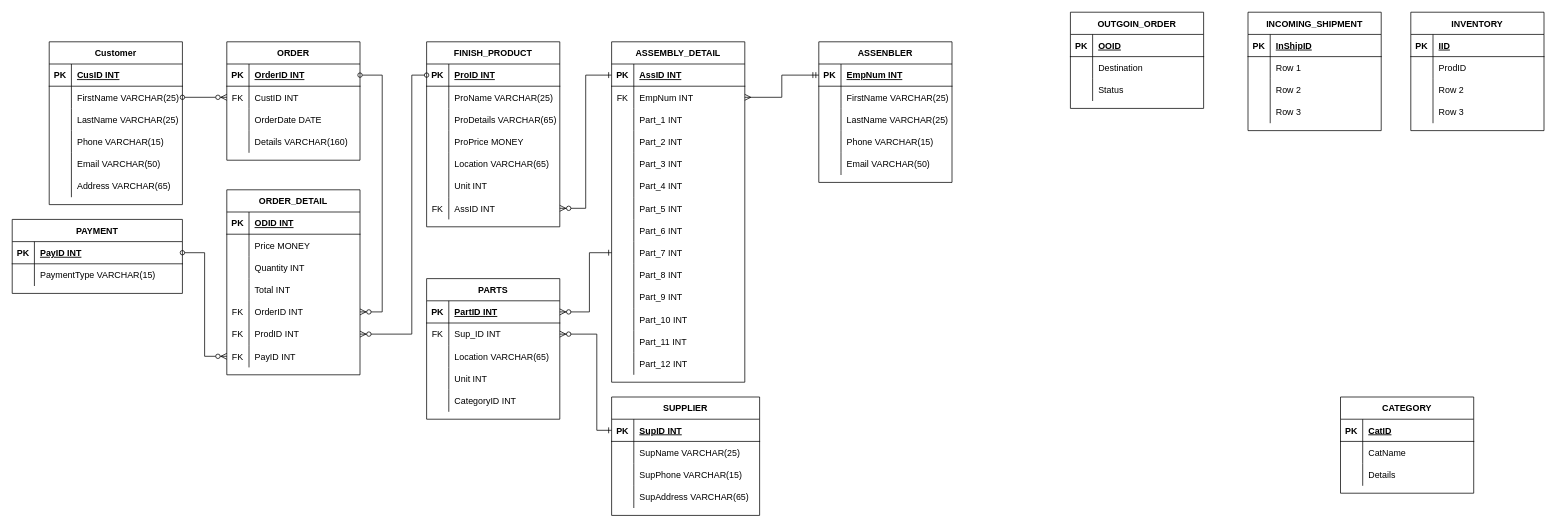
Earlier version of the draw.io diagram Copy of myAssignment1.drawio (trannthany/IT703_Database_FrontEnd). Source tidied: cells renumbered, new cells numbered last; positions are measured from the earlier drawing's top-left corner, leaving out a move shared by most shapes. Both pictures are drawn from the tidied source at 74%, with x=0, y=0 at pixel (12, 12).
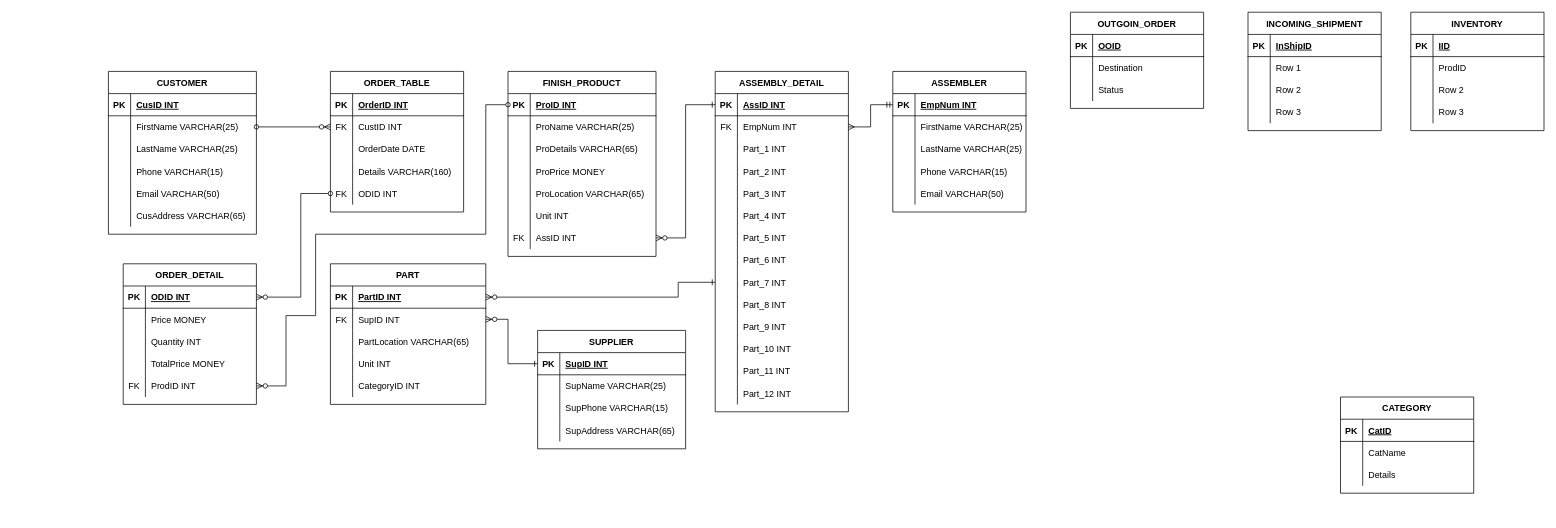
The same page after the edit.

Unchanged cells that the change refers to:
```xml
<mxCell id="39" style="shape=partialRectangle;fillColor=none;top=0;left=0;bottom=1;right=0;points=[[0,0.5],[1,0.5]];portConstraint=eastwest;" parent="38" vertex="1">
  <mxGeometry y="30" width="200" height="30" as="geometry" />
</mxCell>
<mxCell id="78" style="shape=partialRectangle;fillColor=none;top=0;left=0;bottom=1;right=0;points=[[0,0.5],[1,0.5]];portConstraint=eastwest;" parent="77" vertex="1">
  <mxGeometry y="30" width="180" height="30" as="geometry" />
</mxCell>
<mxCell id="92" style="shape=partialRectangle;fillColor=none;top=0;left=0;bottom=1;right=0;points=[[0,0.5],[1,0.5]];portConstraint=eastwest;" parent="91" vertex="1">
  <mxGeometry y="30" width="180" height="30" as="geometry" />
</mxCell>
<mxCell id="101" style="shape=partialRectangle;fillColor=none;top=0;left=0;bottom=0;right=0;" parent="91" vertex="1">
  <mxGeometry y="120" width="180" height="30" as="geometry" />
</mxCell>
<mxCell id="138" style="shape=partialRectangle;fillColor=none;top=0;left=0;bottom=0;right=0;points=[[0,0.5],[1,0.5]];portConstraint=eastwest;" parent="113" vertex="1">
  <mxGeometry y="270" width="180" height="30" as="geometry" />
</mxCell>
```

Diff of the diagram source:
```diff
@@
     <mxCell id="38" value="SUPPLIER" style="shape=table;startSize=30;childLayout=tableLayout;rowLines=0;fontStyle=1;align=center;" parent="1" vertex="1">
-      <mxGeometry x="810" y="520" width="200" height="160" as="geometry" />
+      <mxGeometry x="710" y="430" width="200" height="160" as="geometry" />
     </mxCell>
@@
-    <mxCell id="51" value="PARTS" style="shape=table;startSize=30;childLayout=tableLayout;rowLines=0;fontStyle=1;align=center;" parent="1" vertex="1">
-      <mxGeometry x="560" y="360" width="180" height="190" as="geometry" />
+    <mxCell id="51" value="PART" style="shape=table;startSize=30;childLayout=tableLayout;rowLines=0;fontStyle=1;align=center;" parent="1" vertex="1">
+      <mxGeometry x="430" y="340" width="210" height="190" as="geometry" />
     </mxCell>
     <mxCell id="52" style="shape=partialRectangle;fillColor=none;top=0;left=0;bottom=1;right=0;points=[[0,0.5],[1,0.5]];portConstraint=eastwest;" parent="51" vertex="1">
-      <mxGeometry y="30" width="180" height="30" as="geometry" />
+      <mxGeometry y="30" width="210" height="30" as="geometry" />
     </mxCell>
@@
     <mxCell id="54" value="PartID INT" style="shape=partialRectangle;fillColor=none;top=0;left=0;bottom=0;right=0;align=left;spacingLeft=6;fontStyle=5;overflow=hidden;" parent="52" vertex="1">
-      <mxGeometry x="30" width="150" height="30" as="geometry" />
+      <mxGeometry x="30" width="180" height="30" as="geometry" />
     </mxCell>
     <mxCell id="55" style="shape=partialRectangle;fillColor=none;top=0;left=0;bottom=0;right=0;points=[[0,0.5],[1,0.5]];portConstraint=eastwest;" parent="51" vertex="1">
-      <mxGeometry y="60" width="180" height="30" as="geometry" />
+      <mxGeometry y="60" width="210" height="30" as="geometry" />
     </mxCell>
@@
-    <mxCell id="57" value="Sup_ID INT" style="shape=partialRectangle;fillColor=none;top=0;left=0;bottom=0;right=0;align=left;spacingLeft=6;overflow=hidden;" parent="55" vertex="1">
-      <mxGeometry x="30" width="150" height="30" as="geometry" />
+    <mxCell id="57" value="SupID INT" style="shape=partialRectangle;fillColor=none;top=0;left=0;bottom=0;right=0;align=left;spacingLeft=6;overflow=hidden;" parent="55" vertex="1">
+      <mxGeometry x="30" width="180" height="30" as="geometry" />
     </mxCell>
     <mxCell id="58" style="shape=partialRectangle;fillColor=none;top=0;left=0;bottom=0;right=0;" parent="51" vertex="1">
-      <mxGeometry y="90" width="180" height="30" as="geometry" />
+      <mxGeometry y="90" width="210" height="30" as="geometry" />
     </mxCell>
@@
-    <mxCell id="60" value="Location VARCHAR(65)" style="shape=partialRectangle;fillColor=none;top=0;left=0;bottom=0;right=0;align=left;spacingLeft=6;overflow=hidden;" parent="58" vertex="1">
-      <mxGeometry x="30" width="150" height="30" as="geometry" />
+    <mxCell id="60" value="PartLocation VARCHAR(65)" style="shape=partialRectangle;fillColor=none;top=0;left=0;bottom=0;right=0;align=left;spacingLeft=6;overflow=hidden;" parent="58" vertex="1">
+      <mxGeometry x="30" width="180" height="30" as="geometry" />
     </mxCell>
     <mxCell id="61" style="shape=partialRectangle;fillColor=none;top=0;left=0;bottom=0;right=0;" parent="51" vertex="1">
-      <mxGeometry y="120" width="180" height="30" as="geometry" />
+      <mxGeometry y="120" width="210" height="30" as="geometry" />
     </mxCell>
@@
     <mxCell id="63" value="Unit INT" style="shape=partialRectangle;fillColor=none;top=0;left=0;bottom=0;right=0;align=left;spacingLeft=6;overflow=hidden;" parent="61" vertex="1">
-      <mxGeometry x="30" width="150" height="30" as="geometry" />
+      <mxGeometry x="30" width="180" height="30" as="geometry" />
     </mxCell>
     <mxCell id="64" style="shape=partialRectangle;fillColor=none;top=0;left=0;bottom=0;right=0;" parent="51" vertex="1">
-      <mxGeometry y="150" width="180" height="30" as="geometry" />
+      <mxGeometry y="150" width="210" height="30" as="geometry" />
     </mxCell>
@@
     <mxCell id="66" value="CategoryID INT" style="shape=partialRectangle;fillColor=none;top=0;left=0;bottom=0;right=0;align=left;spacingLeft=6;overflow=hidden;" parent="64" vertex="1">
-      <mxGeometry x="30" width="150" height="30" as="geometry" />
+      <mxGeometry x="30" width="180" height="30" as="geometry" />
     </mxCell>
@@
-    <mxCell id="77" value="ORDER" style="shape=table;startSize=30;childLayout=tableLayout;rowLines=0;fontStyle=1;align=center;" parent="1" vertex="1">
-      <mxGeometry x="290" y="40" width="180" height="160" as="geometry" />
+    <mxCell id="77" value="ORDER_TABLE" style="shape=table;startSize=30;childLayout=tableLayout;rowLines=0;fontStyle=1;align=center;" parent="1" vertex="1">
+      <mxGeometry x="430" y="80" width="180" height="190" as="geometry" />
     </mxCell>
@@
+    <mxCell id="104" style="shape=partialRectangle;fillColor=none;top=0;left=0;bottom=0;right=0;points=[[0,0.5],[1,0.5]];portConstraint=eastwest;" parent="77" vertex="1">
+      <mxGeometry y="150" width="180" height="30" as="geometry" />
+    </mxCell>
+    <mxCell id="227" value="FK" style="shape=partialRectangle;fillColor=none;top=0;left=0;bottom=0;right=0;overflow=hidden;" parent="104" vertex="1">
+      <mxGeometry width="30" height="30" as="geometry" />
+    </mxCell>
+    <mxCell id="228" value="ODID INT" style="shape=partialRectangle;fillColor=none;top=0;left=0;bottom=0;right=0;align=left;spacingLeft=6;overflow=hidden;" parent="104" vertex="1">
+      <mxGeometry x="30" width="150" height="30" as="geometry" />
+    </mxCell>
     <mxCell id="90" style="edgeStyle=orthogonalEdgeStyle;rounded=0;jettySize=auto;html=1;exitX=0;exitY=0.5;exitDx=0;exitDy=0;entryX=1;entryY=0.5;entryDx=0;entryDy=0;endArrow=ERzeroToMany;endFill=1;startArrow=ERone;startFill=0;" parent="1" edge="1" source="39" target="55">
       <mxGeometry relative="1" as="geometry">
         <Array as="points">
-          <mxPoint x="790" y="565" />
-          <mxPoint x="790" y="435" />
+          <mxPoint x="670" y="475" />
+          <mxPoint x="670" y="415" />
         </Array>
       </mxGeometry>
     </mxCell>
     <mxCell id="91" value="ORDER_DETAIL" style="shape=table;startSize=30;childLayout=tableLayout;rowLines=0;fontStyle=1;align=center;" parent="1" vertex="1">
-      <mxGeometry x="290" y="240" width="180" height="250" as="geometry" />
+      <mxGeometry x="150" y="340" width="180" height="190" as="geometry" />
     </mxCell>
@@
-    <mxCell id="103" value="Total INT" style="shape=partialRectangle;fillColor=none;top=0;left=0;bottom=0;right=0;align=left;spacingLeft=6;overflow=hidden;" parent="101" vertex="1">
+    <mxCell id="103" value="TotalPrice MONEY" style="shape=partialRectangle;fillColor=none;top=0;left=0;bottom=0;right=0;align=left;spacingLeft=6;overflow=hidden;" parent="101" vertex="1">
       <mxGeometry x="30" width="150" height="30" as="geometry" />
     </mxCell>
-    <mxCell id="104" style="shape=partialRectangle;fillColor=none;top=0;left=0;bottom=0;right=0;points=[[0,0.5],[1,0.5]];portConstraint=eastwest;" parent="91" vertex="1">
-      <mxGeometry y="150" width="180" height="30" as="geometry" />
-    </mxCell>
-    <mxCell id="105" value="FK" style="shape=partialRectangle;fillColor=none;top=0;left=0;bottom=0;right=0;overflow=hidden;" parent="104" vertex="1">
-      <mxGeometry width="30" height="30" as="geometry" />
-    </mxCell>
-    <mxCell id="106" value="OrderID INT" style="shape=partialRectangle;fillColor=none;top=0;left=0;bottom=0;right=0;align=left;spacingLeft=6;overflow=hidden;" parent="104" vertex="1">
-      <mxGeometry x="30" width="150" height="30" as="geometry" />
-    </mxCell>
     <mxCell id="107" style="shape=partialRectangle;fillColor=none;top=0;left=0;bottom=0;right=0;points=[[0,0.5],[1,0.5]];portConstraint=eastwest;" parent="91" vertex="1">
-      <mxGeometry y="180" width="180" height="30" as="geometry" />
+      <mxGeometry y="150" width="180" height="30" as="geometry" />
     </mxCell>
@@
-    <mxCell id="110" style="shape=partialRectangle;fillColor=none;top=0;left=0;bottom=0;right=0;points=[[0,0.5],[1,0.5]];portConstraint=eastwest;" parent="91" vertex="1">
-      <mxGeometry y="210" width="180" height="30" as="geometry" />
-    </mxCell>
-    <mxCell id="111" value="FK" style="shape=partialRectangle;fillColor=none;top=0;left=0;bottom=0;right=0;overflow=hidden;" parent="110" vertex="1">
-      <mxGeometry width="30" height="30" as="geometry" />
-    </mxCell>
-    <mxCell id="112" value="PayID INT" style="shape=partialRectangle;fillColor=none;top=0;left=0;bottom=0;right=0;align=left;spacingLeft=6;overflow=hidden;" parent="110" vertex="1">
-      <mxGeometry x="30" width="150" height="30" as="geometry" />
-    </mxCell>
     <mxCell id="113" value="ASSEMBLY_DETAIL" style="shape=table;startSize=30;childLayout=tableLayout;rowLines=0;fontStyle=1;align=center;" parent="1" vertex="1">
-      <mxGeometry x="810" y="40" width="180" height="460" as="geometry" />
+      <mxGeometry x="950" y="80" width="180" height="460" as="geometry" />
     </mxCell>
@@
-    <mxCell id="156" value="Customer" style="shape=table;startSize=30;childLayout=tableLayout;rowLines=0;fontStyle=1;align=center;" parent="1" vertex="1">
-      <mxGeometry x="50" y="40" width="180" height="220" as="geometry" />
+    <mxCell id="156" value="CUSTOMER" style="shape=table;startSize=30;childLayout=tableLayout;rowLines=0;fontStyle=1;align=center;" parent="1" vertex="1">
+      <mxGeometry x="130" y="80" width="200" height="220" as="geometry" />
     </mxCell>
     <mxCell id="157" style="shape=partialRectangle;fillColor=none;top=0;left=0;bottom=1;right=0;" parent="156" vertex="1">
-      <mxGeometry y="30" width="180" height="30" as="geometry" />
+      <mxGeometry y="30" width="200" height="30" as="geometry" />
     </mxCell>
@@
     <mxCell id="159" value="CusID INT" style="shape=partialRectangle;fillColor=none;top=0;left=0;bottom=0;right=0;align=left;spacingLeft=6;fontStyle=5;overflow=hidden;" parent="157" vertex="1">
-      <mxGeometry x="30" width="150" height="30" as="geometry" />
+      <mxGeometry x="30" width="170" height="30" as="geometry" />
     </mxCell>
     <mxCell id="160" style="shape=partialRectangle;fillColor=none;top=0;left=0;bottom=0;right=0;points=[[0,0.5],[1,0.5]];portConstraint=eastwest;" parent="156" vertex="1">
-      <mxGeometry y="60" width="180" height="30" as="geometry" />
+      <mxGeometry y="60" width="200" height="30" as="geometry" />
     </mxCell>
@@
     <mxCell id="162" value="FirstName VARCHAR(25)" style="shape=partialRectangle;fillColor=none;top=0;left=0;bottom=0;right=0;align=left;spacingLeft=6;overflow=hidden;" parent="160" vertex="1">
-      <mxGeometry x="30" width="150" height="30" as="geometry" />
+      <mxGeometry x="30" width="170" height="30" as="geometry" />
     </mxCell>
     <mxCell id="163" style="shape=partialRectangle;fillColor=none;top=0;left=0;bottom=0;right=0;" parent="156" vertex="1">
-      <mxGeometry y="90" width="180" height="30" as="geometry" />
+      <mxGeometry y="90" width="200" height="30" as="geometry" />
     </mxCell>
@@
     <mxCell id="165" value="LastName VARCHAR(25)" style="shape=partialRectangle;fillColor=none;top=0;left=0;bottom=0;right=0;align=left;spacingLeft=6;overflow=hidden;" parent="163" vertex="1">
-      <mxGeometry x="30" width="150" height="30" as="geometry" />
+      <mxGeometry x="30" width="170" height="30" as="geometry" />
     </mxCell>
     <mxCell id="166" style="shape=partialRectangle;fillColor=none;top=0;left=0;bottom=0;right=0;" parent="156" vertex="1">
-      <mxGeometry y="120" width="180" height="30" as="geometry" />
+      <mxGeometry y="120" width="200" height="30" as="geometry" />
     </mxCell>
@@
     <mxCell id="168" value="Phone VARCHAR(15)" style="shape=partialRectangle;fillColor=none;top=0;left=0;bottom=0;right=0;align=left;spacingLeft=6;overflow=hidden;" parent="166" vertex="1">
-      <mxGeometry x="30" width="150" height="30" as="geometry" />
+      <mxGeometry x="30" width="170" height="30" as="geometry" />
     </mxCell>
     <mxCell id="169" style="shape=partialRectangle;fillColor=none;top=0;left=0;bottom=0;right=0;" parent="156" vertex="1">
-      <mxGeometry y="150" width="180" height="30" as="geometry" />
+      <mxGeometry y="150" width="200" height="30" as="geometry" />
     </mxCell>
@@
     <mxCell id="171" value="Email VARCHAR(50)" style="shape=partialRectangle;fillColor=none;top=0;left=0;bottom=0;right=0;align=left;spacingLeft=6;overflow=hidden;" parent="169" vertex="1">
-      <mxGeometry x="30" width="150" height="30" as="geometry" />
+      <mxGeometry x="30" width="170" height="30" as="geometry" />
     </mxCell>
     <mxCell id="172" style="shape=partialRectangle;fillColor=none;top=0;left=0;bottom=0;right=0;" parent="156" vertex="1">
-      <mxGeometry y="180" width="180" height="30" as="geometry" />
+      <mxGeometry y="180" width="200" height="30" as="geometry" />
     </mxCell>
@@
-    <mxCell id="174" value="Address VARCHAR(65)" style="shape=partialRectangle;fillColor=none;top=0;left=0;bottom=0;right=0;align=left;spacingLeft=6;overflow=hidden;" parent="172" vertex="1">
-      <mxGeometry x="30" width="150" height="30" as="geometry" />
+    <mxCell id="174" value="CusAddress VARCHAR(65)" style="shape=partialRectangle;fillColor=none;top=0;left=0;bottom=0;right=0;align=left;spacingLeft=6;overflow=hidden;" parent="172" vertex="1">
+      <mxGeometry x="30" width="170" height="30" as="geometry" />
     </mxCell>
-    <mxCell id="175" value="PAYMENT" style="shape=table;startSize=30;childLayout=tableLayout;rowLines=0;fontStyle=1;align=center;" parent="1" vertex="1">
-      <mxGeometry y="280" width="230" height="100" as="geometry" />
-    </mxCell>
-    <mxCell id="176" style="shape=partialRectangle;fillColor=none;top=0;left=0;bottom=1;right=0;points=[[0,0.5],[1,0.5]];portConstraint=eastwest;" parent="175" vertex="1">
-      <mxGeometry y="30" width="230" height="30" as="geometry" />
-    </mxCell>
-    <mxCell id="177" value="PK" style="shape=partialRectangle;fillColor=none;top=0;left=0;bottom=0;right=0;fontStyle=1;overflow=hidden;" parent="176" vertex="1">
-      <mxGeometry width="30" height="30" as="geometry" />
-    </mxCell>
-    <mxCell id="178" value="PayID INT" style="shape=partialRectangle;fillColor=none;top=0;left=0;bottom=0;right=0;align=left;spacingLeft=6;fontStyle=5;overflow=hidden;" parent="176" vertex="1">
-      <mxGeometry x="30" width="200" height="30" as="geometry" />
-    </mxCell>
-    <mxCell id="179" style="shape=partialRectangle;fillColor=none;top=0;left=0;bottom=0;right=0;" parent="175" vertex="1">
-      <mxGeometry y="60" width="230" height="30" as="geometry" />
-    </mxCell>
-    <mxCell id="180" style="shape=partialRectangle;fillColor=none;top=0;left=0;bottom=0;right=0;overflow=hidden;" parent="179" vertex="1">
-      <mxGeometry width="30" height="30" as="geometry" />
-    </mxCell>
-    <mxCell id="181" value="PaymentType VARCHAR(15)" style="shape=partialRectangle;fillColor=none;top=0;left=0;bottom=0;right=0;align=left;spacingLeft=6;overflow=hidden;" parent="179" vertex="1">
-      <mxGeometry x="30" width="200" height="30" as="geometry" />
-    </mxCell>
     <mxCell id="182" style="edgeStyle=orthogonalEdgeStyle;rounded=0;jettySize=auto;html=1;exitX=1;exitY=0.5;exitDx=0;exitDy=0;entryX=0;entryY=0.5;entryDx=0;entryDy=0;startArrow=ERzeroToMany;startFill=1;endArrow=ERone;endFill=0;" parent="1" edge="1" source="52" target="138">
       <mxGeometry relative="1" as="geometry">
         <Array as="points">
-          <mxPoint x="780" y="405" />
-          <mxPoint x="780" y="325" />
+          <mxPoint x="900" y="385" />
+          <mxPoint x="900" y="365" />
         </Array>
       </mxGeometry>
     </mxCell>
     <mxCell id="183" value="FINISH_PRODUCT" style="shape=table;startSize=30;childLayout=tableLayout;rowLines=0;fontStyle=1;align=center;" parent="1" vertex="1">
-      <mxGeometry x="560" y="40" width="180" height="250" as="geometry" />
+      <mxGeometry x="670" y="80" width="200" height="250" as="geometry" />
     </mxCell>
     <mxCell id="184" style="shape=partialRectangle;fillColor=none;top=0;left=0;bottom=1;right=0;points=[[0,0.5],[1,0.5]];portConstraint=eastwest;" parent="183" vertex="1">
-      <mxGeometry y="30" width="180" height="30" as="geometry" />
+      <mxGeometry y="30" width="200" height="30" as="geometry" />
     </mxCell>
@@
     <mxCell id="186" value="ProID INT" style="shape=partialRectangle;fillColor=none;top=0;left=0;bottom=0;right=0;align=left;spacingLeft=6;fontStyle=5;overflow=hidden;" parent="184" vertex="1">
-      <mxGeometry x="30" width="150" height="30" as="geometry" />
+      <mxGeometry x="30" width="170" height="30" as="geometry" />
     </mxCell>
     <mxCell id="187" style="shape=partialRectangle;fillColor=none;top=0;left=0;bottom=0;right=0;" parent="183" vertex="1">
-      <mxGeometry y="60" width="180" height="30" as="geometry" />
+      <mxGeometry y="60" width="200" height="30" as="geometry" />
     </mxCell>
@@
     <mxCell id="189" value="ProName VARCHAR(25)" style="shape=partialRectangle;fillColor=none;top=0;left=0;bottom=0;right=0;align=left;spacingLeft=6;overflow=hidden;" parent="187" vertex="1">
-      <mxGeometry x="30" width="150" height="30" as="geometry" />
+      <mxGeometry x="30" width="170" height="30" as="geometry" />
     </mxCell>
     <mxCell id="190" style="shape=partialRectangle;fillColor=none;top=0;left=0;bottom=0;right=0;" parent="183" vertex="1">
-      <mxGeometry y="90" width="180" height="30" as="geometry" />
+      <mxGeometry y="90" width="200" height="30" as="geometry" />
     </mxCell>
@@
     <mxCell id="192" value="ProDetails VARCHAR(65)" style="shape=partialRectangle;fillColor=none;top=0;left=0;bottom=0;right=0;align=left;spacingLeft=6;overflow=hidden;" parent="190" vertex="1">
-      <mxGeometry x="30" width="150" height="30" as="geometry" />
+      <mxGeometry x="30" width="170" height="30" as="geometry" />
     </mxCell>
     <mxCell id="193" style="shape=partialRectangle;fillColor=none;top=0;left=0;bottom=0;right=0;" parent="183" vertex="1">
-      <mxGeometry y="120" width="180" height="30" as="geometry" />
+      <mxGeometry y="120" width="200" height="30" as="geometry" />
     </mxCell>
@@
     <mxCell id="195" value="ProPrice MONEY" style="shape=partialRectangle;fillColor=none;top=0;left=0;bottom=0;right=0;align=left;spacingLeft=6;overflow=hidden;" parent="193" vertex="1">
-      <mxGeometry x="30" width="150" height="30" as="geometry" />
+      <mxGeometry x="30" width="170" height="30" as="geometry" />
     </mxCell>
     <mxCell id="196" style="shape=partialRectangle;fillColor=none;top=0;left=0;bottom=0;right=0;" parent="183" vertex="1">
-      <mxGeometry y="150" width="180" height="30" as="geometry" />
+      <mxGeometry y="150" width="200" height="30" as="geometry" />
     </mxCell>
@@
-    <mxCell id="198" value="Location VARCHAR(65)" style="shape=partialRectangle;fillColor=none;top=0;left=0;bottom=0;right=0;align=left;spacingLeft=6;overflow=hidden;" parent="196" vertex="1">
-      <mxGeometry x="30" width="150" height="30" as="geometry" />
+    <mxCell id="198" value="ProLocation VARCHAR(65)" style="shape=partialRectangle;fillColor=none;top=0;left=0;bottom=0;right=0;align=left;spacingLeft=6;overflow=hidden;" parent="196" vertex="1">
+      <mxGeometry x="30" width="170" height="30" as="geometry" />
     </mxCell>
     <mxCell id="199" style="shape=partialRectangle;fillColor=none;top=0;left=0;bottom=0;right=0;" parent="183" vertex="1">
-      <mxGeometry y="180" width="180" height="30" as="geometry" />
+      <mxGeometry y="180" width="200" height="30" as="geometry" />
     </mxCell>
@@
     <mxCell id="201" value="Unit INT" style="shape=partialRectangle;fillColor=none;top=0;left=0;bottom=0;right=0;align=left;spacingLeft=6;overflow=hidden;" parent="199" vertex="1">
-      <mxGeometry x="30" width="150" height="30" as="geometry" />
+      <mxGeometry x="30" width="170" height="30" as="geometry" />
     </mxCell>
     <mxCell id="202" style="shape=partialRectangle;fillColor=none;top=0;left=0;bottom=0;right=0;points=[[0,0.5],[1,0.5]];portConstraint=eastwest;" parent="183" vertex="1">
-      <mxGeometry y="210" width="180" height="30" as="geometry" />
+      <mxGeometry y="210" width="200" height="30" as="geometry" />
     </mxCell>
@@
     <mxCell id="204" value="AssID INT" style="shape=partialRectangle;fillColor=none;top=0;left=0;bottom=0;right=0;align=left;spacingLeft=6;overflow=hidden;" parent="202" vertex="1">
-      <mxGeometry x="30" width="150" height="30" as="geometry" />
+      <mxGeometry x="30" width="170" height="30" as="geometry" />
     </mxCell>
@@
-    <mxCell id="207" style="edgeStyle=orthogonalEdgeStyle;rounded=0;jettySize=auto;html=1;exitX=1;exitY=0.5;exitDx=0;exitDy=0;entryX=1;entryY=0.5;entryDx=0;entryDy=0;startArrow=oval;startFill=0;endArrow=ERzeroToMany;endFill=1;" parent="1" edge="1" source="78" target="104">
+    <mxCell id="207" style="edgeStyle=orthogonalEdgeStyle;rounded=0;jettySize=auto;html=1;entryX=1;entryY=0.5;entryDx=0;entryDy=0;startArrow=oval;startFill=0;endArrow=ERzeroToMany;endFill=1;exitX=0;exitY=0.5;exitDx=0;exitDy=0;" parent="1" edge="1" source="104" target="92">
       <mxGeometry relative="1" as="geometry">
         <Array as="points">
-          <mxPoint x="500" y="85" />
-          <mxPoint x="500" y="405" />
+          <mxPoint x="390" y="245" />
+          <mxPoint x="390" y="385" />
         </Array>
       </mxGeometry>
     </mxCell>
     <mxCell id="208" style="edgeStyle=orthogonalEdgeStyle;rounded=0;jettySize=auto;html=1;exitX=0;exitY=0.5;exitDx=0;exitDy=0;entryX=1;entryY=0.5;entryDx=0;entryDy=0;startArrow=oval;startFill=0;endArrow=ERzeroToMany;endFill=1;" parent="1" edge="1" source="184" target="107">
       <mxGeometry relative="1" as="geometry">
         <Array as="points">
-          <mxPoint x="540" y="85" />
-          <mxPoint x="540" y="435" />
+          <mxPoint x="640" y="125" />
+          <mxPoint x="640" y="300" />
+          <mxPoint x="410" y="300" />
+          <mxPoint x="410" y="410" />
+          <mxPoint x="370" y="410" />
+          <mxPoint x="370" y="505" />
         </Array>
       </mxGeometry>
     </mxCell>
-    <mxCell id="209" style="edgeStyle=orthogonalEdgeStyle;rounded=0;jettySize=auto;html=1;exitX=1;exitY=0.5;exitDx=0;exitDy=0;entryX=0;entryY=0.5;entryDx=0;entryDy=0;startArrow=oval;startFill=0;endArrow=ERzeroToMany;endFill=1;" parent="1" edge="1" source="176" target="110">
-      <mxGeometry relative="1" as="geometry" />
-    </mxCell>
-    <mxCell id="210" value="ASSENBLER" style="shape=table;startSize=30;childLayout=tableLayout;rowLines=0;fontStyle=1;align=center;" parent="1" vertex="1">
-      <mxGeometry x="1090" y="40" width="180" height="190" as="geometry" />
+    <mxCell id="210" value="ASSEMBLER" style="shape=table;startSize=30;childLayout=tableLayout;rowLines=0;fontStyle=1;align=center;" parent="1" vertex="1">
+      <mxGeometry x="1190" y="80" width="180" height="190" as="geometry" />
     </mxCell>
```
